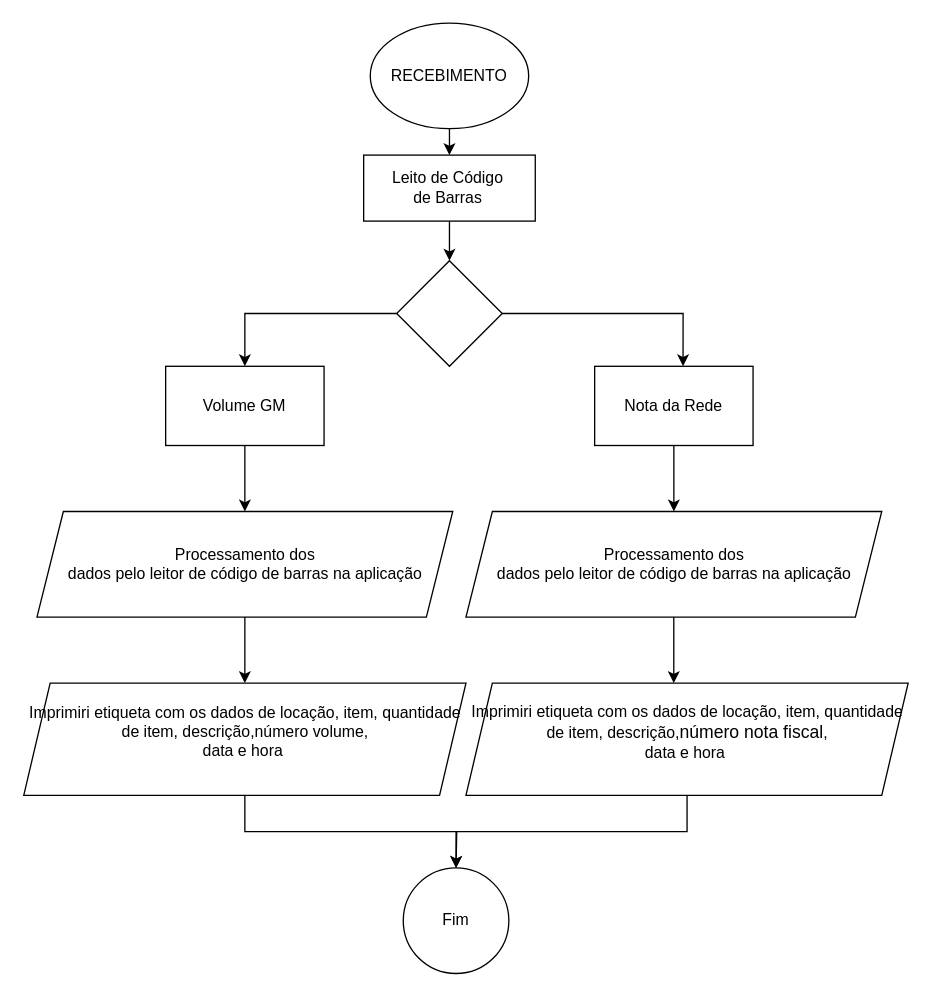
This is Untitled Diagram.drawio from develophardware/GitWorflow, a draw.io file, before an edit. Source tidied: cells renumbered, new cells numbered last; positions are measured from the earlier drawing's top-left corner, leaving out a move shared by most shapes. Both pictures are drawn from the tidied source at 132%, with x=0, y=0 at pixel (22, 22).
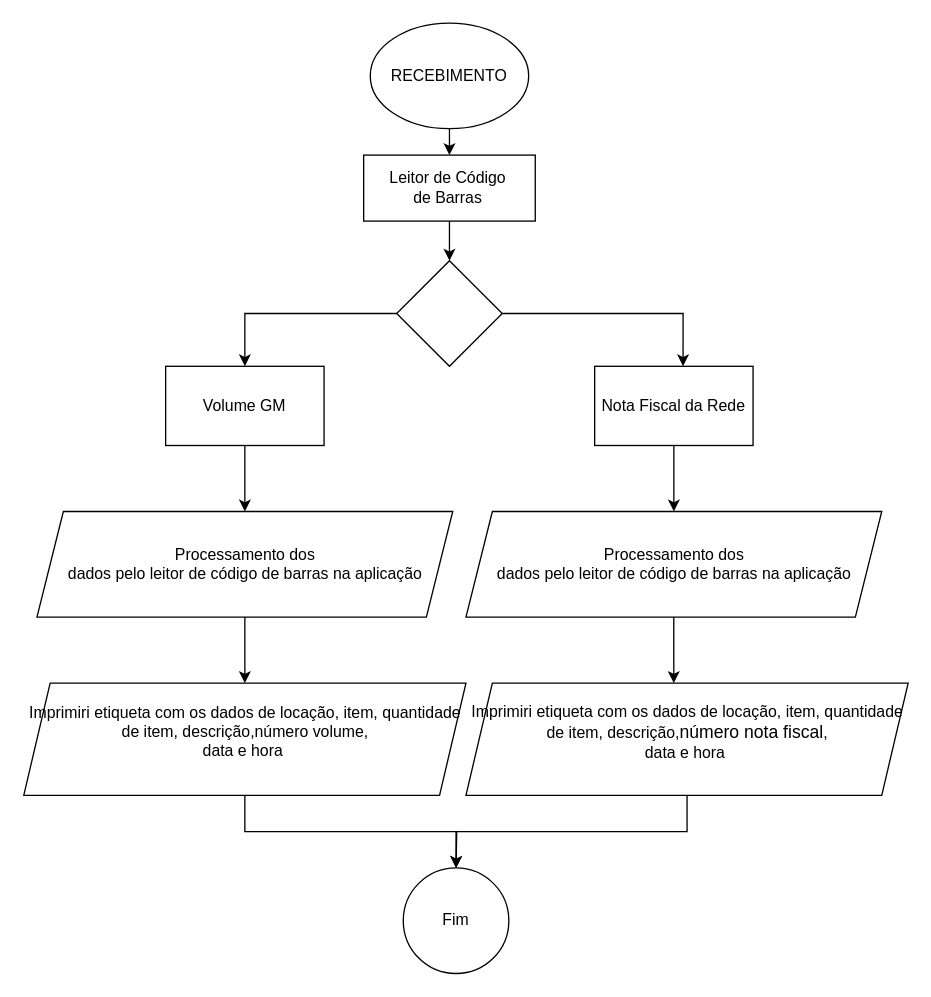
Above is the later version.

Change to the diagram source:
```diff
@@
-    <mxCell id="6" value="&lt;p class=&quot;MsoNormal&quot; style=&quot;margin-left: 36.0pt&quot;&gt;Leito de Código de Barras&lt;/p&gt;" style="text;html=1;strokeColor=none;fillColor=none;align=center;verticalAlign=middle;whiteSpace=wrap;rounded=0;" parent="1" vertex="1">
+    <mxCell id="6" value="&lt;p class=&quot;MsoNormal&quot; style=&quot;margin-left: 36.0pt&quot;&gt;Leitor de Código de Barras&lt;/p&gt;" style="text;html=1;strokeColor=none;fillColor=none;align=center;verticalAlign=middle;whiteSpace=wrap;rounded=0;" parent="1" vertex="1">
       <mxGeometry x="228" y="95" width="140" height="60" as="geometry" />
     </mxCell>
@@
-    <mxCell id="13" value="Nota da Rede" style="rounded=0;whiteSpace=wrap;html=1;" parent="1" vertex="1">
+    <mxCell id="13" value="Nota Fiscal da Rede" style="rounded=0;whiteSpace=wrap;html=1;" parent="1" vertex="1">
       <mxGeometry x="433" y="260" width="120" height="60" as="geometry" />
     </mxCell>
```
